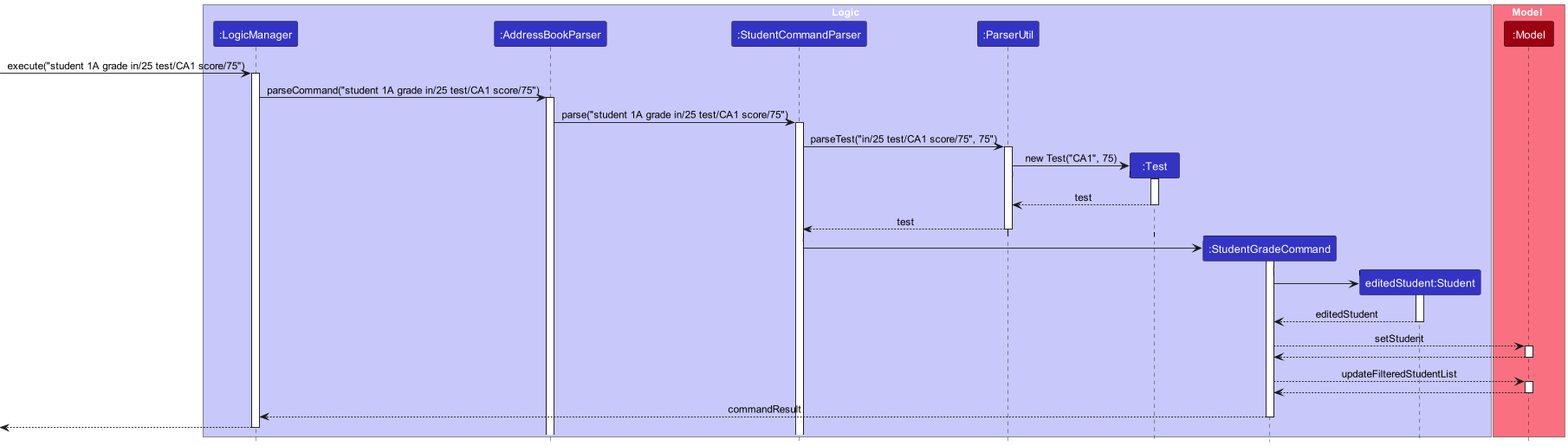
nus-cs2103-AY2223S2/tp keeps this PlantUML diagram as docs/images/GradeSequentialDiagram.png. Above is the earlier version. Its source is kept beside it as docs/diagrams/GradeSequentialDiagram.puml.
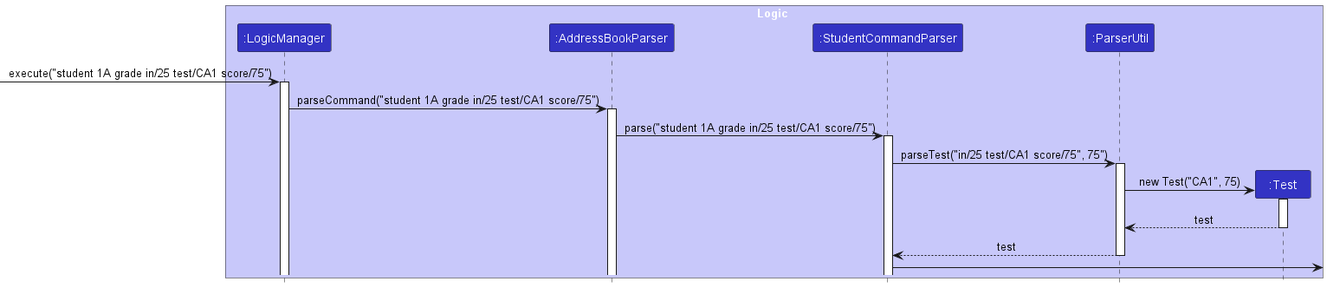
After the commit.

What changed in the source:
```diff
@@ -7,12 +7,6 @@
 participant ":StudentCommandParser" as StudentCommandParser LOGIC_COLOR
 participant ":ParserUtil" as ParserUtil LOGIC_COLOR
 participant ":Test" as Test LOGIC_COLOR
-participant ":StudentGradeCommand" as StudentGradeCommand LOGIC_COLOR
-participant "editedStudent:Student" as editedStudent LOGIC_COLOR
-end box
-
-box Model MODEL_COLOR_T1
-participant ":Model" as Model MODEL_COLOR
 end box
 
 [-> LogicManager : execute("student 1A grade in/25 test/CA1 score/75")
@@ -35,32 +29,6 @@
 
 ParserUtil --> StudentCommandParser : test
 deactivate ParserUtil
-
-create StudentGradeCommand
-StudentCommandParser -> StudentGradeCommand
-activate StudentGradeCommand
-
-create editedStudent
-StudentGradeCommand -> editedStudent
-activate editedStudent
-editedStudent --> StudentGradeCommand : editedStudent
-deactivate editedStudent
-
-StudentGradeCommand --> Model : setStudent
-activate Model
-Model --> StudentGradeCommand
-deactivate Model
-
-StudentGradeCommand --> Model: updateFilteredStudentList
-activate Model
-Model --> StudentGradeCommand
-deactivate Model
-
-StudentGradeCommand --> LogicManager : commandResult
-deactivate StudentGradeCommand
-
-[<--LogicManager
-deactivate LogicManager
-
+StudentCommandParser ->
 
 @enduml
```
